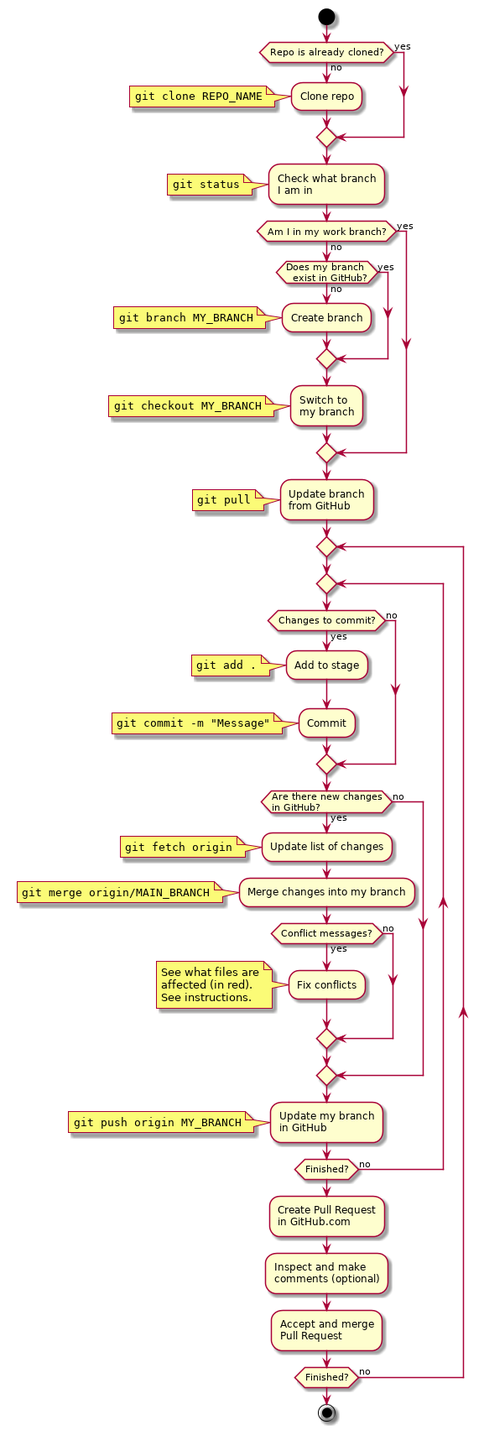
This is images/git_workflow.png from interfacesweb/interfacesweb.github.io, a PlantUML export, as it was before one commit.
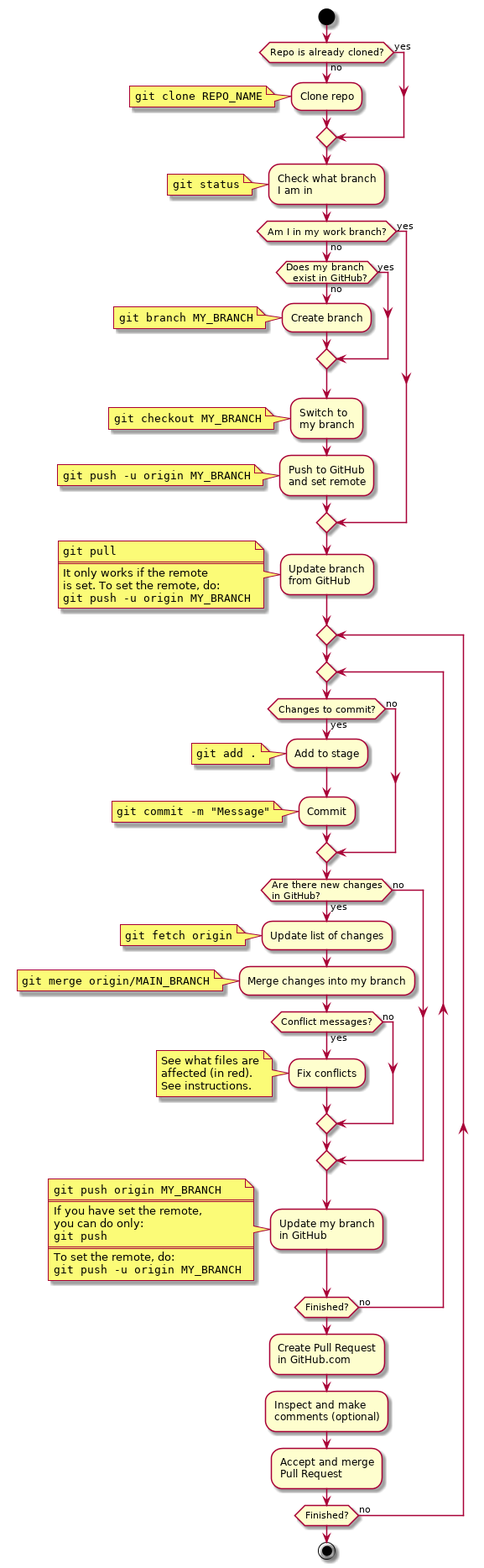
Above is the later version.

Commit message:
Modifico imagen flujo git.

Change to the diagram source:
```diff
@@ -27,12 +27,21 @@
   note left
     ""git checkout MY_BRANCH""
   end note
+  :Push to GitHub
+  and set remote;
+  note left
+    ""git push -u origin MY_BRANCH""
+  end note
 else (yes)
 endif
 :Update branch
 from GitHub;
 note left
   ""git pull""
+  ====
+  It only works if the remote
+  is set. To set the remote, do:
+  ""git push -u origin MY_BRANCH""
 end note
 
 repeat
@@ -74,6 +83,13 @@
 in GitHub;
 note left
   ""git push origin MY_BRANCH""
+  ====
+  If you have set the remote,
+  you can do only:
+  ""git push""
+  ====
+  To set the remote, do:
+  ""git push -u origin MY_BRANCH""
 end note
 
 repeat while (Finished?) is (no)
```
